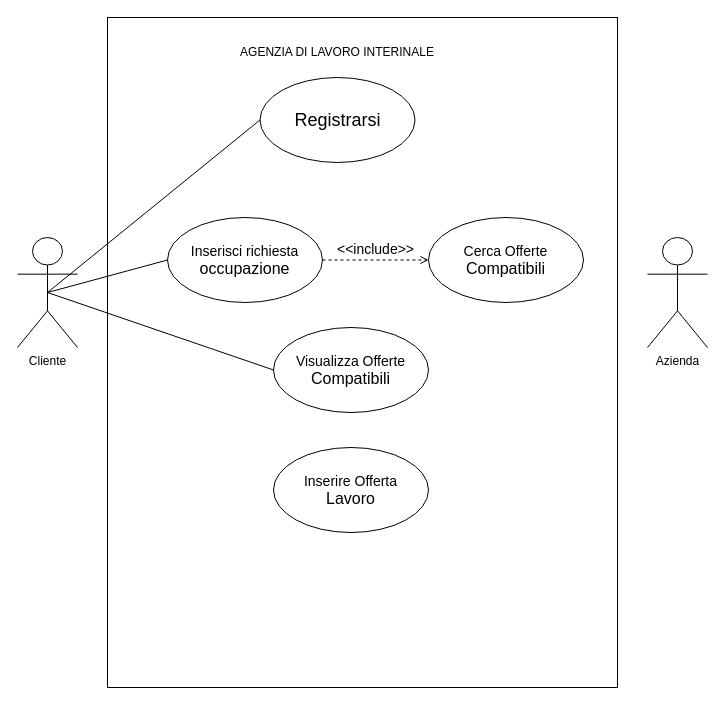
Above: Diagramma senza titolo.drawio in RafidISL/DiagrammiUML (draw.io), before the change. Source tidied: cells renumbered, new cells numbered last; positions are measured from the earlier drawing's top-left corner, leaving out a move shared by most shapes. Both pictures are drawn from the tidied source at 100%, with x=0, y=0 at pixel (17, 17).
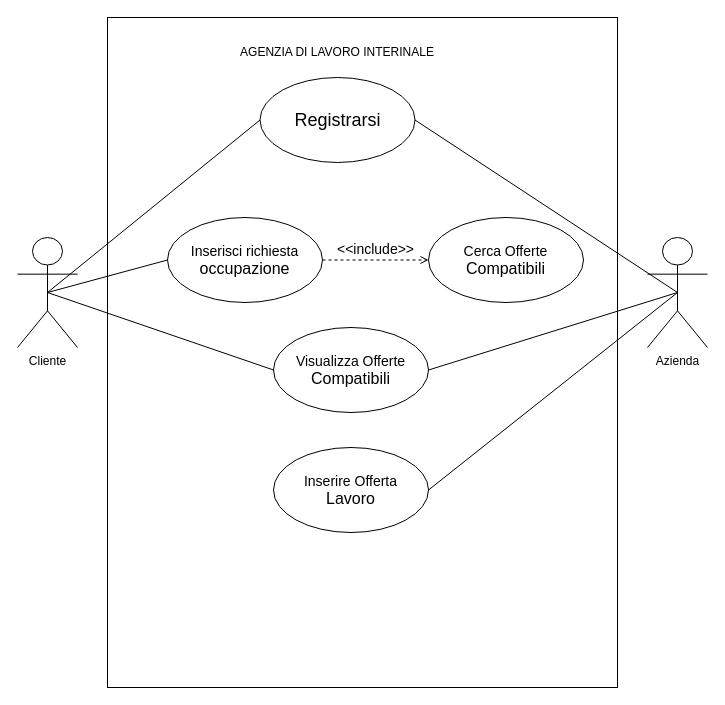
Above is the later version.

Diff of the diagram source:
```diff
@@
 <mxGraphModel>
   <root>
     <mxCell id="0" />
     <mxCell id="1" parent="0" />
     <mxCell id="2" style="rounded=0;whiteSpace=wrap;html=1;fillColor=none;" parent="1" vertex="1">
       <mxGeometry x="90" width="510" height="670" as="geometry" />
     </mxCell>
     <mxCell id="3" value="&lt;font style=&quot;font-size: 18px;&quot;&gt;Registrarsi&lt;/font&gt;" style="ellipse;whiteSpace=wrap;html=1;" parent="1" vertex="1">
       <mxGeometry x="242.5" y="60" width="155" height="85" as="geometry" />
     </mxCell>
     <mxCell id="4" value="AGENZIA DI LAVORO INTERINALE" style="text;html=1;whiteSpace=wrap;strokeColor=none;fillColor=none;align=center;verticalAlign=middle;rounded=0;" parent="1" vertex="1">
       <mxGeometry x="215" y="20" width="210" height="30" as="geometry" />
     </mxCell>
     <mxCell id="5" value="Cliente" style="shape=umlActor;verticalLabelPosition=bottom;verticalAlign=top;html=1;outlineConnect=0;" parent="1" vertex="1">
       <mxGeometry y="220" width="60" height="110" as="geometry" />
     </mxCell>
     <mxCell id="6" value="Azienda" style="shape=umlActor;verticalLabelPosition=bottom;verticalAlign=top;html=1;outlineConnect=0;" parent="1" vertex="1">
       <mxGeometry x="630" y="220" width="60" height="110" as="geometry" />
     </mxCell>
     <mxCell id="7" value="&lt;font style=&quot;font-size: 14px;&quot;&gt;Inserisci richiesta&lt;/font&gt;&lt;div&gt;&lt;font size=&quot;3&quot;&gt;occupazione&lt;/font&gt;&lt;/div&gt;" style="ellipse;whiteSpace=wrap;html=1;" parent="1" vertex="1">
       <mxGeometry x="150" y="200" width="155" height="85" as="geometry" />
     </mxCell>
     <mxCell id="8" value="&lt;font style=&quot;font-size: 14px;&quot;&gt;Inserire Offerta&lt;/font&gt;&lt;div&gt;&lt;font size=&quot;3&quot;&gt;Lavoro&lt;/font&gt;&lt;/div&gt;" style="ellipse;whiteSpace=wrap;html=1;" parent="1" vertex="1">
       <mxGeometry x="256" y="430" width="155" height="85" as="geometry" />
     </mxCell>
     <mxCell id="9" value="&lt;font style=&quot;font-size: 14px;&quot;&gt;Visualizza Offerte&lt;/font&gt;&lt;div&gt;&lt;font size=&quot;3&quot;&gt;Compatibili&lt;/font&gt;&lt;/div&gt;" style="ellipse;whiteSpace=wrap;html=1;" parent="1" vertex="1">
       <mxGeometry x="256" y="310" width="155" height="85" as="geometry" />
     </mxCell>
     <mxCell id="10" style="endArrow=none;html=1;rounded=0;exitX=0.5;exitY=0.5;exitDx=0;exitDy=0;exitPerimeter=0;entryX=0;entryY=0.5;entryDx=0;entryDy=0;" parent="1" edge="1" source="5" target="9">
       <mxGeometry relative="1" as="geometry" />
     </mxCell>
     <mxCell id="11" value="&lt;font style=&quot;font-size: 14px;&quot;&gt;Cerca Offerte&lt;/font&gt;&lt;div&gt;&lt;font size=&quot;3&quot;&gt;Compatibili&lt;/font&gt;&lt;/div&gt;" style="ellipse;whiteSpace=wrap;html=1;" parent="1" vertex="1">
       <mxGeometry x="411" y="200" width="155" height="85" as="geometry" />
     </mxCell>
     <mxCell id="12" value="&lt;font style=&quot;font-size: 14px;&quot;&gt;&amp;lt;&amp;lt;include&amp;gt;&amp;gt;&lt;/font&gt;" style="html=1;verticalAlign=bottom;labelBackgroundColor=none;endArrow=open;endFill=0;dashed=1;rounded=0;exitX=1;exitY=0.5;exitDx=0;exitDy=0;entryX=0;entryY=0.5;entryDx=0;entryDy=0;" parent="1" edge="1" source="7" target="11">
       <mxGeometry relative="1" as="geometry" />
     </mxCell>
     <mxCell id="13" style="endArrow=none;html=1;rounded=0;exitX=0.5;exitY=0.5;exitDx=0;exitDy=0;exitPerimeter=0;entryX=0;entryY=0.5;entryDx=0;entryDy=0;" parent="1" edge="1" source="5" target="3">
       <mxGeometry relative="1" as="geometry" />
     </mxCell>
     <mxCell id="14" style="endArrow=none;html=1;rounded=0;exitX=0.5;exitY=0.5;exitDx=0;exitDy=0;exitPerimeter=0;entryX=0;entryY=0.5;entryDx=0;entryDy=0;" parent="1" edge="1" source="5" target="7">
       <mxGeometry relative="1" as="geometry" />
     </mxCell>
+    <mxCell id="15" style="endArrow=none;html=1;rounded=0;exitX=1;exitY=0.5;exitDx=0;exitDy=0;entryX=0.5;entryY=0.5;entryDx=0;entryDy=0;entryPerimeter=0;" parent="1" edge="1" source="3" target="6">
+      <mxGeometry relative="1" as="geometry" />
+    </mxCell>
+    <mxCell id="16" style="endArrow=none;html=1;rounded=0;entryX=0.5;entryY=0.5;entryDx=0;entryDy=0;entryPerimeter=0;exitX=1;exitY=0.5;exitDx=0;exitDy=0;" parent="1" edge="1" source="9" target="6">
+      <mxGeometry relative="1" as="geometry" />
+    </mxCell>
+    <mxCell id="17" style="endArrow=none;html=1;rounded=0;exitX=1;exitY=0.5;exitDx=0;exitDy=0;entryX=0.5;entryY=0.5;entryDx=0;entryDy=0;entryPerimeter=0;" parent="1" edge="1" source="8" target="6">
+      <mxGeometry x="-0.66" relative="1" as="geometry" />
+    </mxCell>
   </root>
 </mxGraphModel>
```
